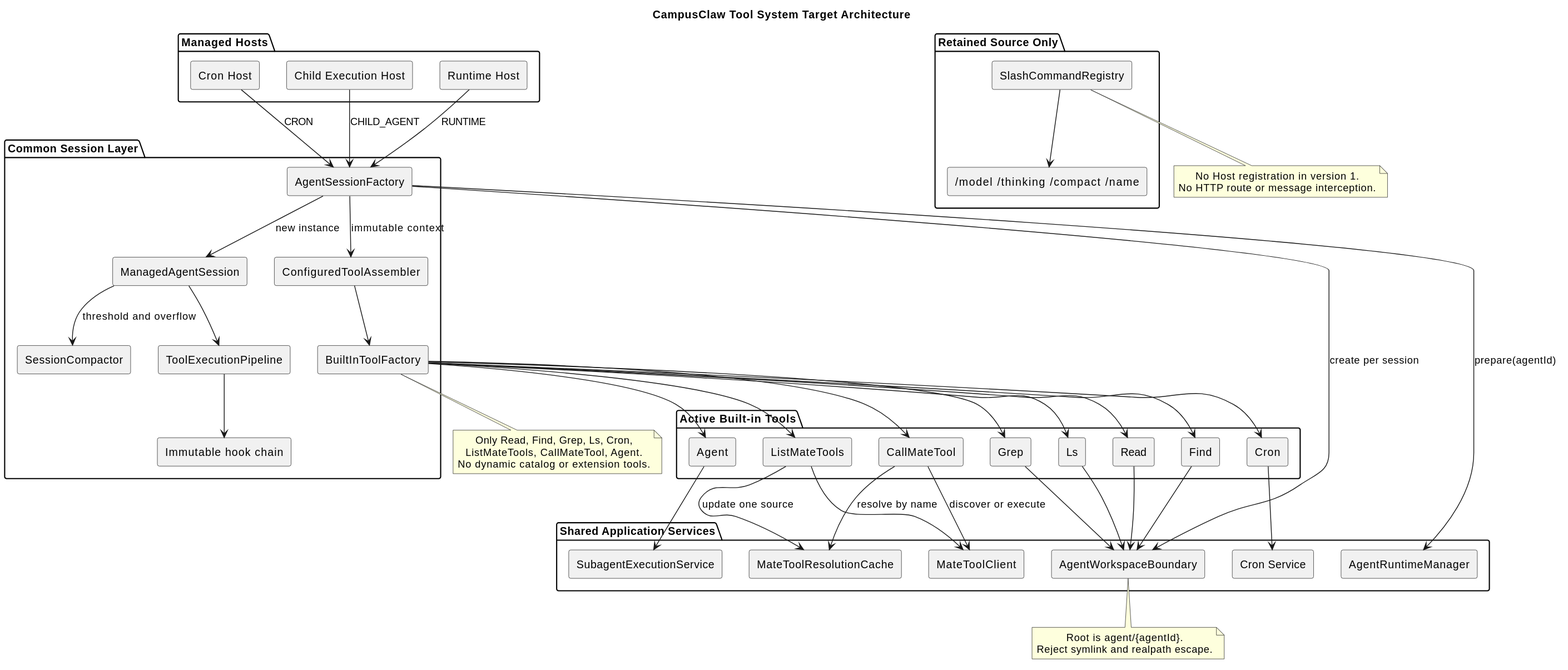
This is 01-总体架构/02-CampusClaw工具系统/tool_system_architecture.svg from ssm0808/pi-mono-java-design, a PlantUML export, as it was before one commit.
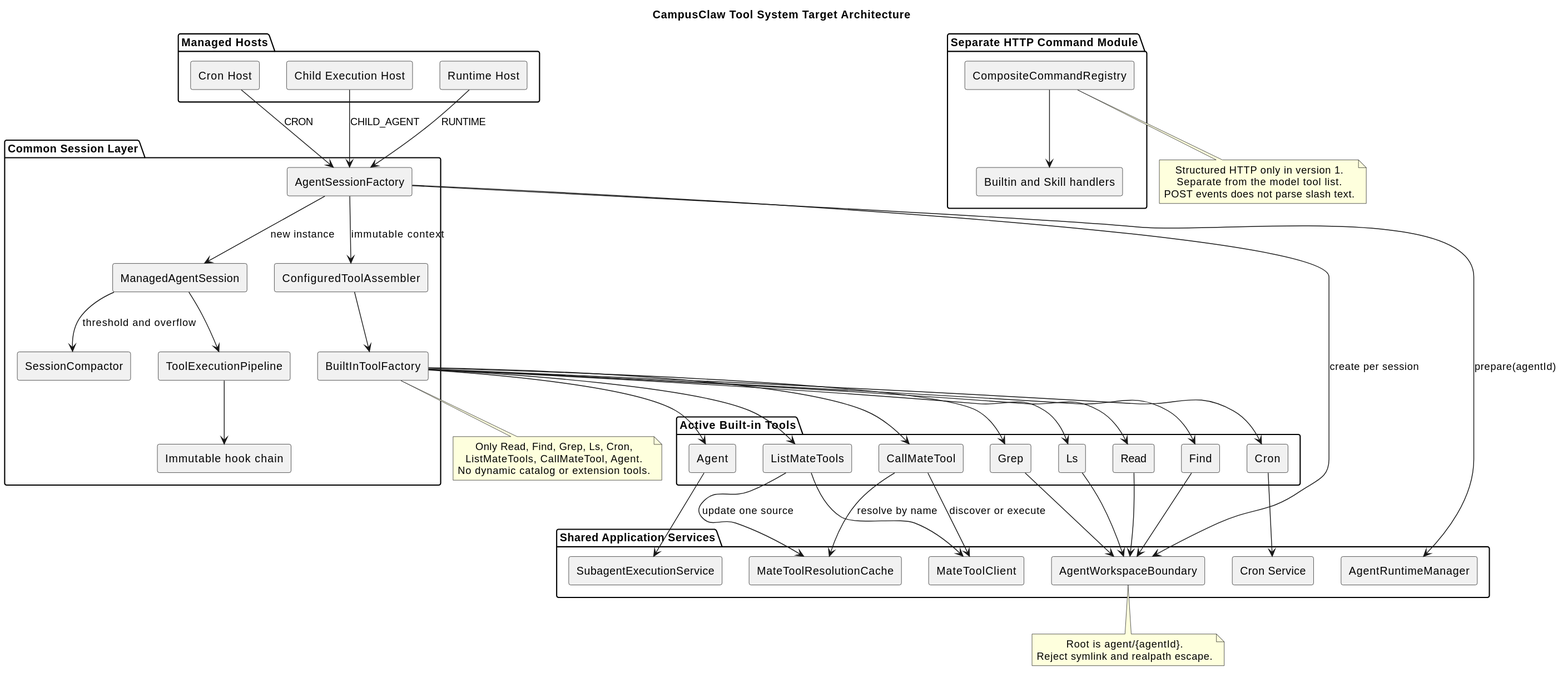
After the commit.

Diff of the diagram source:
```diff
@@ -21,9 +21,9 @@
   [Immutable hook chain] as Hooks
 }
 
-package "Retained Source Only" {
-  [SlashCommandRegistry] as Slash
-  [/model /thinking /compact /name] as SlashHandlers
+package "Separate HTTP Command Module" {
+  [CompositeCommandRegistry] as Slash
+  [Builtin and Skill handlers] as SlashHandlers
 }
 
 package "Active Built-in Tools" {
@@ -89,7 +89,8 @@
 end note
 
 note bottom of Slash
-No Host registration in version 1.
-No HTTP route or message interception.
+Structured HTTP only in version 1.
+Separate from the model tool list.
+POST events does not parse slash text.
 end note
 @enduml
```
